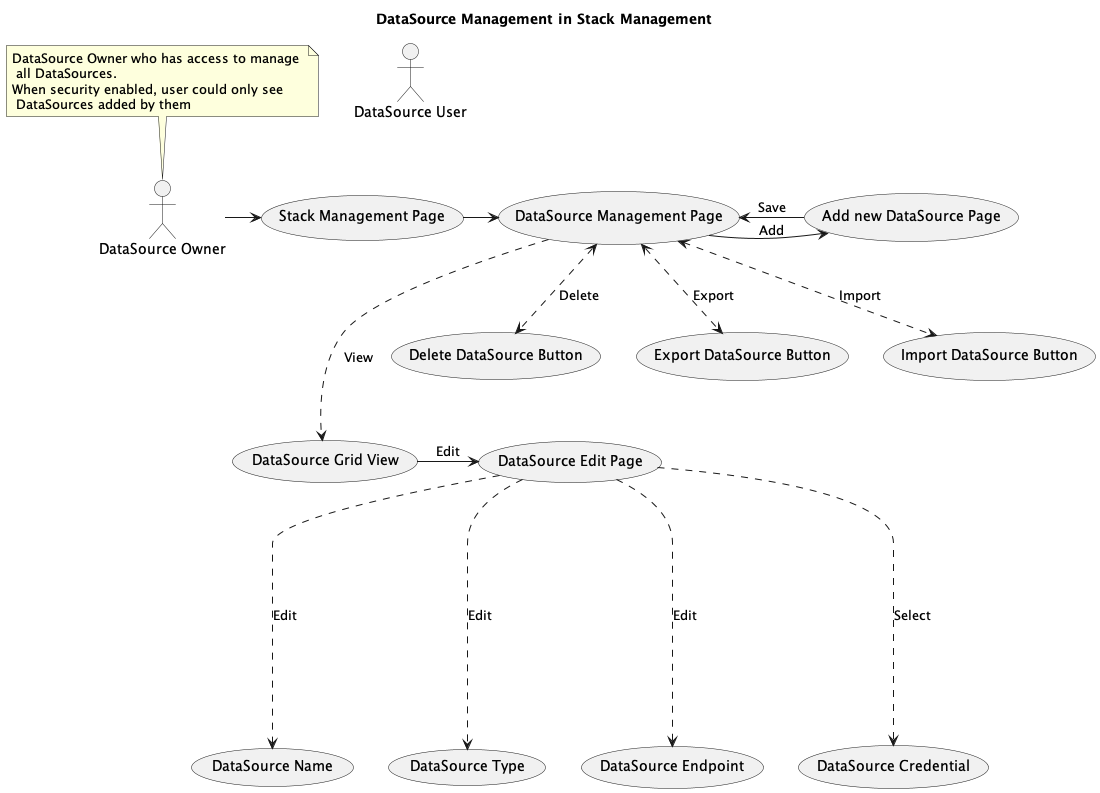
Before: docs/multi-datasource/img/dsm_flow.png, a diagram exported from PlantUML (wazuh/wazuh-dashboard).
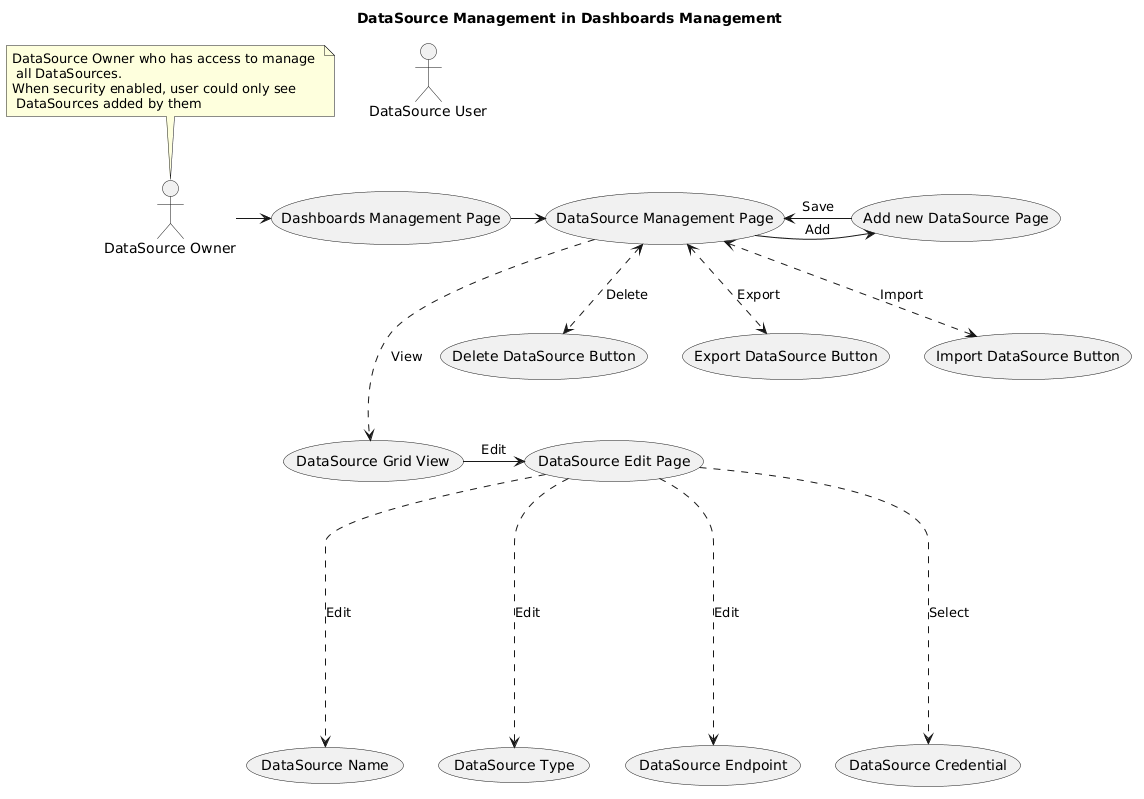
Later version of the same file.

Diff of the diagram source:
```diff
@@ -1,11 +1,11 @@
 @startuml
-title DataSource Management in Stack Management
+title DataSource Management in Dashboards Management
 
 
 :DataSource Owner: as DSO
 :DataSource User: as DSU
 
-(Stack Management Page) as (Page-Stack)
+(Dashboards Management Page) as (Page-DashMgmt)
 (DataSource Management Page) as (Page-DM)
 (Add new DataSource Page) as (Page-AND)
 (DataSource Grid View) as (Component-DSG)
@@ -20,8 +20,8 @@
 (DataSource Endpoint) as (Component-DSEndpoint)
 (DataSource Credential) as (Component-DSCredential)
 
-DSO -> (Page-Stack)
-(Page-Stack) -> (Page-DM)
+DSO -> (Page-DashMgmt)
+(Page-DashMgmt) -> (Page-DM)
 (Page-DM) -> (Page-AND) : Add
 (Page-AND) -> (Page-DM) : Save
 (Page-DM) ...> (Component-DSG): View
```
